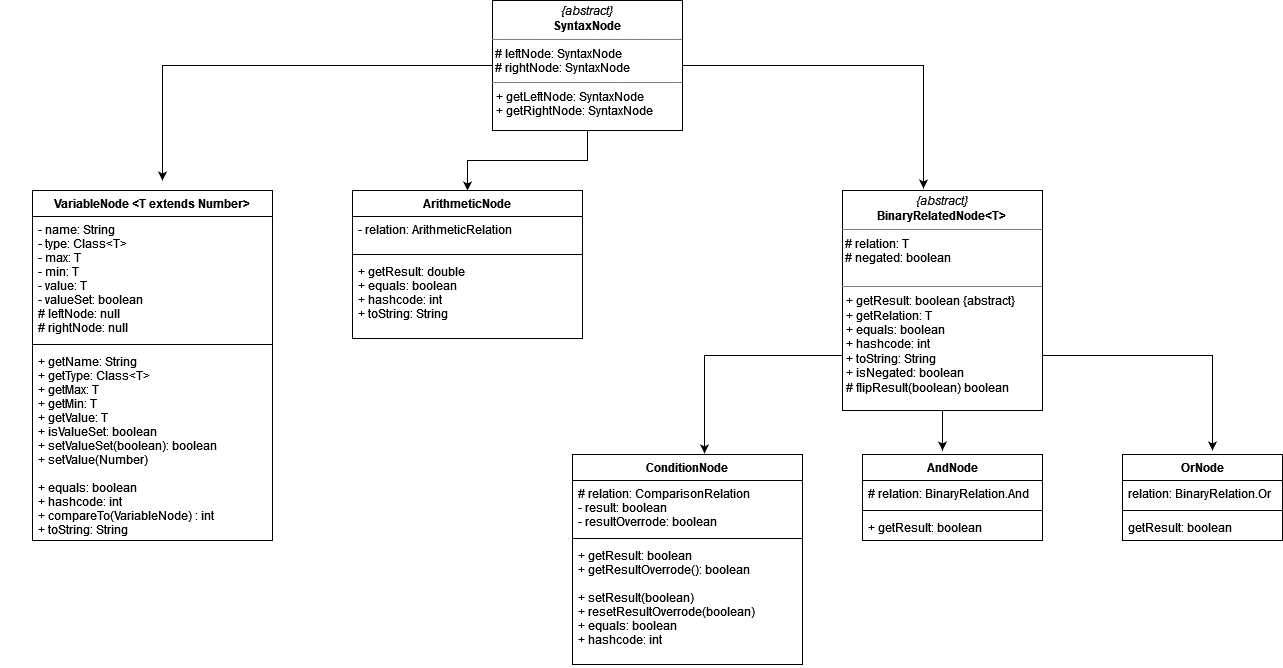
The draw.io diagram testing_assignment.drawio.png in Hayley-Kwok/com3529-assignment, before a commit. Source tidied: cells renumbered, new cells last; positions are measured from the earlier drawing's top-left corner, leaving out a move shared by most shapes. Its diagram source:
```xml
<mxGraphModel>
  <root>
    <mxCell id="0" />
    <mxCell id="1" parent="0" />
    <mxCell id="2" style="edgeStyle=orthogonalEdgeStyle;rounded=0;orthogonalLoop=1;jettySize=auto;html=1;exitX=0.5;exitY=1;exitDx=0;exitDy=0;" parent="1" edge="1">
      <mxGeometry relative="1" as="geometry">
        <mxPoint y="390" as="sourcePoint" />
        <mxPoint y="390" as="targetPoint" />
      </mxGeometry>
    </mxCell>
    <mxCell id="3" style="edgeStyle=orthogonalEdgeStyle;rounded=0;jettySize=auto;html=1;exitX=0.5;exitY=1;exitDx=0;exitDy=0;" parent="1" edge="1" source="6" target="27">
      <mxGeometry relative="1" as="geometry" />
    </mxCell>
    <mxCell id="4" style="edgeStyle=orthogonalEdgeStyle;rounded=0;jettySize=auto;html=1;entryX=0.405;entryY=-0.009;entryDx=0;entryDy=0;entryPerimeter=0;" parent="1" edge="1" source="6" target="10">
      <mxGeometry relative="1" as="geometry" />
    </mxCell>
    <mxCell id="5" style="edgeStyle=orthogonalEdgeStyle;rounded=0;jettySize=auto;html=1;" parent="1" edge="1" source="6">
      <mxGeometry relative="1" as="geometry">
        <mxPoint x="155" y="180" as="targetPoint" />
      </mxGeometry>
    </mxCell>
    <mxCell id="6" value="&lt;p style=&quot;margin: 0px ; margin-top: 4px ; text-align: center&quot;&gt;&lt;i&gt;{abstract}&lt;/i&gt;&lt;br&gt;&lt;b&gt;SyntaxNode&lt;br&gt;&lt;/b&gt;&lt;/p&gt;&lt;hr size=&quot;1&quot;&gt;&lt;div&gt;&amp;nbsp;# leftNode: SyntaxNode&lt;/div&gt;&lt;div&gt;&amp;nbsp;# rightNode: SyntaxNode&lt;br&gt;&lt;/div&gt;&lt;hr size=&quot;1&quot;&gt;&lt;p style=&quot;margin: 0px ; margin-left: 4px&quot;&gt;+ getLeftNode: SyntaxNode&lt;/p&gt;&lt;p style=&quot;margin: 0px ; margin-left: 4px&quot;&gt;+ getRightNode: SyntaxNode&lt;br&gt;&lt;/p&gt;" style="verticalAlign=top;align=left;overflow=fill;fontSize=12;fontFamily=Helvetica;html=1;" parent="1" vertex="1">
      <mxGeometry x="485" width="190" height="130" as="geometry" />
    </mxCell>
    <mxCell id="7" style="edgeStyle=orthogonalEdgeStyle;rounded=0;jettySize=auto;html=1;exitX=0.5;exitY=1;exitDx=0;exitDy=0;" parent="1" edge="1" source="10">
      <mxGeometry relative="1" as="geometry">
        <mxPoint x="935" y="450" as="targetPoint" />
      </mxGeometry>
    </mxCell>
    <mxCell id="8" style="edgeStyle=orthogonalEdgeStyle;rounded=0;jettySize=auto;html=1;exitX=0;exitY=0.75;exitDx=0;exitDy=0;entryX=0.574;entryY=-0.005;entryDx=0;entryDy=0;entryPerimeter=0;" parent="1" edge="1" source="10" target="19">
      <mxGeometry relative="1" as="geometry" />
    </mxCell>
    <mxCell id="9" style="edgeStyle=orthogonalEdgeStyle;rounded=0;jettySize=auto;html=1;exitX=1;exitY=0.75;exitDx=0;exitDy=0;" parent="1" edge="1" source="10">
      <mxGeometry relative="1" as="geometry">
        <mxPoint x="1205" y="450" as="targetPoint" />
      </mxGeometry>
    </mxCell>
    <mxCell id="10" value="&lt;p style=&quot;margin: 0px ; margin-top: 4px ; text-align: center&quot;&gt;&lt;i&gt;{abstract}&lt;/i&gt;&lt;br&gt;&lt;b&gt;BinaryRelatedNode&amp;lt;T&amp;gt;&lt;br&gt;&lt;/b&gt;&lt;/p&gt;&lt;hr size=&quot;1&quot;&gt;&lt;div&gt;&amp;nbsp;# relation: T&lt;/div&gt;&lt;div&gt;&amp;nbsp;# negated: boolean&lt;br&gt;&lt;/div&gt;&lt;div&gt;&amp;nbsp;&lt;/div&gt;&lt;hr size=&quot;1&quot;&gt;&lt;p style=&quot;margin: 0px ; margin-left: 4px&quot;&gt;+ getResult: boolean {abstract} &lt;/p&gt;&lt;p style=&quot;margin: 0px ; margin-left: 4px&quot;&gt;+ getRelation: T&lt;br&gt;&lt;/p&gt;&lt;p style=&quot;margin: 0px ; margin-left: 4px&quot;&gt;+ equals: boolean&lt;/p&gt;&lt;p style=&quot;margin: 0px ; margin-left: 4px&quot;&gt;+ hashcode: int&lt;br&gt;&lt;/p&gt;&lt;p style=&quot;margin: 0px ; margin-left: 4px&quot;&gt;+ toString: String&lt;/p&gt;&lt;p style=&quot;margin: 0px ; margin-left: 4px&quot;&gt;+ isNegated: boolean&lt;br&gt;&lt;/p&gt;&lt;p style=&quot;margin: 0px ; margin-left: 4px&quot;&gt;# flipResult(boolean) boolean&lt;br&gt;&lt;/p&gt;" style="verticalAlign=top;align=left;overflow=fill;fontSize=12;fontFamily=Helvetica;html=1;" parent="1" vertex="1">
      <mxGeometry x="835" y="190" width="200" height="220" as="geometry" />
    </mxCell>
    <mxCell id="11" value="AndNode" style="swimlane;fontStyle=1;align=center;verticalAlign=top;horizontal=1;startSize=26;" parent="1" vertex="1">
      <mxGeometry x="855" y="454" width="180" height="86" as="geometry" />
    </mxCell>
    <mxCell id="12" value="# relation: BinaryRelation.And " style="text;strokeColor=none;fillColor=none;align=left;verticalAlign=top;spacingLeft=4;spacingRight=4;overflow=hidden;" parent="11" vertex="1">
      <mxGeometry y="26" width="180" height="26" as="geometry" />
    </mxCell>
    <mxCell id="13" style="line;strokeWidth=1;fillColor=none;align=left;verticalAlign=middle;spacingTop=-1;spacingLeft=3;spacingRight=3;labelPosition=right;" parent="11" vertex="1">
      <mxGeometry y="52" width="180" height="8" as="geometry" />
    </mxCell>
    <mxCell id="14" value="+ getResult: boolean" style="text;strokeColor=none;fillColor=none;align=left;verticalAlign=top;spacingLeft=4;spacingRight=4;overflow=hidden;" parent="11" vertex="1">
      <mxGeometry y="60" width="180" height="26" as="geometry" />
    </mxCell>
    <mxCell id="15" value="OrNode" style="swimlane;fontStyle=1;align=center;verticalAlign=top;horizontal=1;startSize=26;" parent="1" vertex="1">
      <mxGeometry x="1115" y="454" width="160" height="86" as="geometry" />
    </mxCell>
    <mxCell id="16" value="relation: BinaryRelation.Or " style="text;strokeColor=none;fillColor=none;align=left;verticalAlign=top;spacingLeft=4;spacingRight=4;overflow=hidden;" parent="15" vertex="1">
      <mxGeometry y="26" width="160" height="26" as="geometry" />
    </mxCell>
    <mxCell id="17" style="line;strokeWidth=1;fillColor=none;align=left;verticalAlign=middle;spacingTop=-1;spacingLeft=3;spacingRight=3;labelPosition=right;" parent="15" vertex="1">
      <mxGeometry y="52" width="160" height="8" as="geometry" />
    </mxCell>
    <mxCell id="18" value="getResult: boolean" style="text;strokeColor=none;fillColor=none;align=left;verticalAlign=top;spacingLeft=4;spacingRight=4;overflow=hidden;" parent="15" vertex="1">
      <mxGeometry y="60" width="160" height="26" as="geometry" />
    </mxCell>
    <mxCell id="19" value="ConditionNode" style="swimlane;fontStyle=1;align=center;verticalAlign=top;horizontal=1;startSize=26;" parent="1" vertex="1">
      <mxGeometry x="565" y="454" width="230" height="210" as="geometry" />
    </mxCell>
    <mxCell id="20" value="# relation: ComparisonRelation &#10;- result: boolean &#10;- resultOverrode: boolean" style="text;strokeColor=none;fillColor=none;align=left;verticalAlign=top;spacingLeft=4;spacingRight=4;overflow=hidden;" parent="19" vertex="1">
      <mxGeometry y="26" width="230" height="54" as="geometry" />
    </mxCell>
    <mxCell id="21" style="line;strokeWidth=1;fillColor=none;align=left;verticalAlign=middle;spacingTop=-1;spacingLeft=3;spacingRight=3;labelPosition=right;" parent="19" vertex="1">
      <mxGeometry y="80" width="230" height="8" as="geometry" />
    </mxCell>
    <mxCell id="22" value="+ getResult: boolean&#10;+ getResultOverrode(): boolean&#10;&#10;+ setResult(boolean)&#10;+ resetResultOverrode(boolean)&#10;+ equals: boolean&#10;+ hashcode: int&#10;" style="text;strokeColor=none;fillColor=none;align=left;verticalAlign=top;spacingLeft=4;spacingRight=4;overflow=hidden;" parent="19" vertex="1">
      <mxGeometry y="88" width="230" height="122" as="geometry" />
    </mxCell>
    <mxCell id="23" value="VariableNode &lt;T extends Number&gt;" style="swimlane;fontStyle=1;align=center;verticalAlign=top;horizontal=1;startSize=26;" parent="1" vertex="1">
      <mxGeometry x="25" y="190" width="240" height="350" as="geometry" />
    </mxCell>
    <mxCell id="24" value="- name: String&#10;- type: Class&lt;T&gt;&#10;- max: T&#10;- min: T&#10;- value: T&#10;- valueSet: boolean&#10;# leftNode: null &#10;# rightNode: null" style="text;strokeColor=none;fillColor=none;align=left;verticalAlign=top;spacingLeft=4;spacingRight=4;overflow=hidden;" parent="23" vertex="1">
      <mxGeometry y="26" width="240" height="124" as="geometry" />
    </mxCell>
    <mxCell id="25" style="line;strokeWidth=1;fillColor=none;align=left;verticalAlign=middle;spacingTop=-1;spacingLeft=3;spacingRight=3;labelPosition=right;" parent="23" vertex="1">
      <mxGeometry y="150" width="240" height="8" as="geometry" />
    </mxCell>
    <mxCell id="26" value="+ getName: String&#10;+ getType: Class&lt;T&gt;&#10;+ getMax: T&#10;+ getMin: T&#10;+ getValue: T&#10;+ isValueSet: boolean&#10;+ setValueSet(boolean): boolean&#10;+ setValue(Number)&#10;&#10;+ equals: boolean&#10;+ hashcode: int&#10;+ compareTo(VariableNode) : int&#10;+ toString: String&#10;" style="text;strokeColor=none;fillColor=none;align=left;verticalAlign=top;spacingLeft=4;spacingRight=4;overflow=hidden;" parent="23" vertex="1">
      <mxGeometry y="158" width="240" height="192" as="geometry" />
    </mxCell>
    <mxCell id="27" value="ArithmeticNode" style="swimlane;fontStyle=1;align=center;verticalAlign=top;horizontal=1;startSize=26;" parent="1" vertex="1">
      <mxGeometry x="345" y="190" width="230" height="148" as="geometry" />
    </mxCell>
    <mxCell id="28" value="- relation: ArithmeticRelation" style="text;strokeColor=none;fillColor=none;align=left;verticalAlign=top;spacingLeft=4;spacingRight=4;overflow=hidden;" parent="27" vertex="1">
      <mxGeometry y="26" width="230" height="34" as="geometry" />
    </mxCell>
    <mxCell id="29" style="line;strokeWidth=1;fillColor=none;align=left;verticalAlign=middle;spacingTop=-1;spacingLeft=3;spacingRight=3;labelPosition=right;" parent="27" vertex="1">
      <mxGeometry y="60" width="230" height="8" as="geometry" />
    </mxCell>
    <mxCell id="30" value="+ getResult: double&#10;+ equals: boolean&#10;+ hashcode: int&#10;+ toString: String" style="text;strokeColor=none;fillColor=none;align=left;verticalAlign=top;spacingLeft=4;spacingRight=4;overflow=hidden;" parent="27" vertex="1">
      <mxGeometry y="68" width="230" height="80" as="geometry" />
    </mxCell>
  </root>
</mxGraphModel>
```
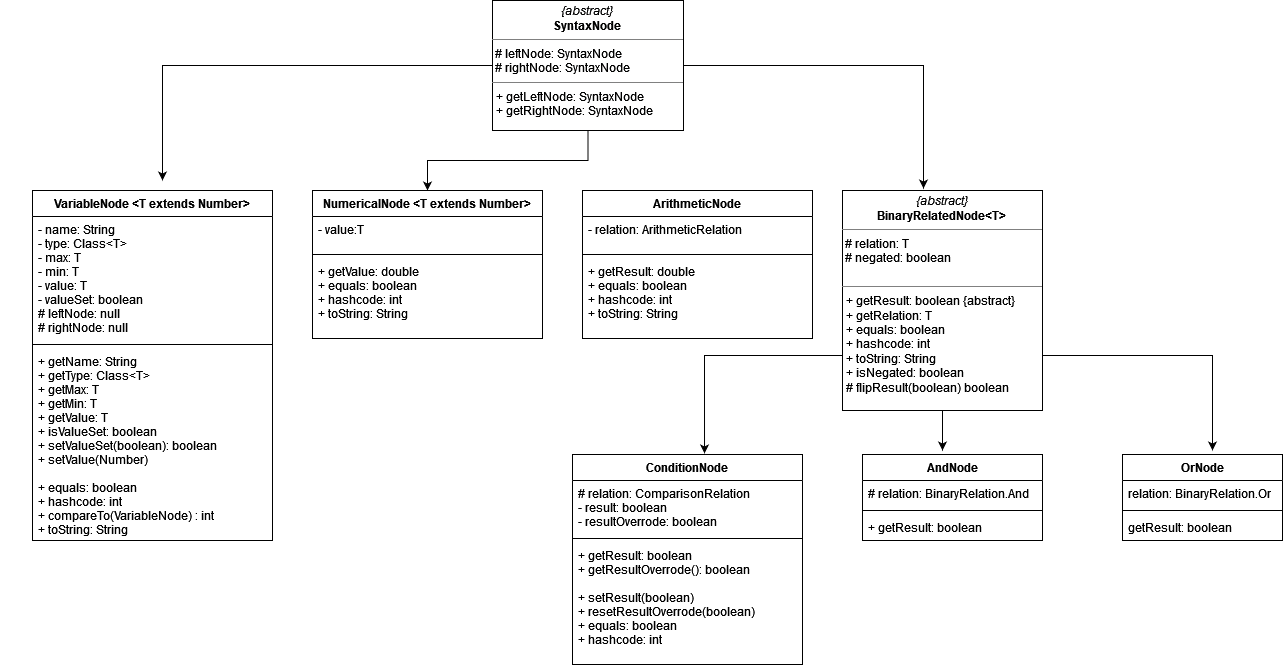
After the change.

The edit, as a diff of the source:
```diff
@@ -20,7 +20,7 @@
       </mxGeometry>
     </mxCell>
     <mxCell id="6" value="&lt;p style=&quot;margin: 0px ; margin-top: 4px ; text-align: center&quot;&gt;&lt;i&gt;{abstract}&lt;/i&gt;&lt;br&gt;&lt;b&gt;SyntaxNode&lt;br&gt;&lt;/b&gt;&lt;/p&gt;&lt;hr size=&quot;1&quot;&gt;&lt;div&gt;&amp;nbsp;# leftNode: SyntaxNode&lt;/div&gt;&lt;div&gt;&amp;nbsp;# rightNode: SyntaxNode&lt;br&gt;&lt;/div&gt;&lt;hr size=&quot;1&quot;&gt;&lt;p style=&quot;margin: 0px ; margin-left: 4px&quot;&gt;+ getLeftNode: SyntaxNode&lt;/p&gt;&lt;p style=&quot;margin: 0px ; margin-left: 4px&quot;&gt;+ getRightNode: SyntaxNode&lt;br&gt;&lt;/p&gt;" style="verticalAlign=top;align=left;overflow=fill;fontSize=12;fontFamily=Helvetica;html=1;" parent="1" vertex="1">
-      <mxGeometry x="485" width="190" height="130" as="geometry" />
+      <mxGeometry x="485" width="191" height="130" as="geometry" />
     </mxCell>
     <mxCell id="7" style="edgeStyle=orthogonalEdgeStyle;rounded=0;jettySize=auto;html=1;exitX=0.5;exitY=1;exitDx=0;exitDy=0;" parent="1" edge="1" source="10">
       <mxGeometry relative="1" as="geometry">
@@ -86,17 +86,29 @@
     <mxCell id="26" value="+ getName: String&#10;+ getType: Class&lt;T&gt;&#10;+ getMax: T&#10;+ getMin: T&#10;+ getValue: T&#10;+ isValueSet: boolean&#10;+ setValueSet(boolean): boolean&#10;+ setValue(Number)&#10;&#10;+ equals: boolean&#10;+ hashcode: int&#10;+ compareTo(VariableNode) : int&#10;+ toString: String&#10;" style="text;strokeColor=none;fillColor=none;align=left;verticalAlign=top;spacingLeft=4;spacingRight=4;overflow=hidden;" parent="23" vertex="1">
       <mxGeometry y="158" width="240" height="192" as="geometry" />
     </mxCell>
-    <mxCell id="27" value="ArithmeticNode" style="swimlane;fontStyle=1;align=center;verticalAlign=top;horizontal=1;startSize=26;" parent="1" vertex="1">
-      <mxGeometry x="345" y="190" width="230" height="148" as="geometry" />
+    <mxCell id="27" value="NumericalNode &lt;T extends Number&gt;" style="swimlane;fontStyle=1;align=center;verticalAlign=top;horizontal=1;startSize=26;" parent="1" vertex="1">
+      <mxGeometry x="305" y="190" width="230" height="148" as="geometry" />
     </mxCell>
-    <mxCell id="28" value="- relation: ArithmeticRelation" style="text;strokeColor=none;fillColor=none;align=left;verticalAlign=top;spacingLeft=4;spacingRight=4;overflow=hidden;" parent="27" vertex="1">
+    <mxCell id="28" value="- value:T" style="text;strokeColor=none;fillColor=none;align=left;verticalAlign=top;spacingLeft=4;spacingRight=4;overflow=hidden;" parent="27" vertex="1">
       <mxGeometry y="26" width="230" height="34" as="geometry" />
     </mxCell>
     <mxCell id="29" style="line;strokeWidth=1;fillColor=none;align=left;verticalAlign=middle;spacingTop=-1;spacingLeft=3;spacingRight=3;labelPosition=right;" parent="27" vertex="1">
       <mxGeometry y="60" width="230" height="8" as="geometry" />
     </mxCell>
-    <mxCell id="30" value="+ getResult: double&#10;+ equals: boolean&#10;+ hashcode: int&#10;+ toString: String" style="text;strokeColor=none;fillColor=none;align=left;verticalAlign=top;spacingLeft=4;spacingRight=4;overflow=hidden;" parent="27" vertex="1">
+    <mxCell id="30" value="+ getValue: double&#10;+ equals: boolean&#10;+ hashcode: int&#10;+ toString: String" style="text;strokeColor=none;fillColor=none;align=left;verticalAlign=top;spacingLeft=4;spacingRight=4;overflow=hidden;" parent="27" vertex="1">
       <mxGeometry y="68" width="230" height="80" as="geometry" />
     </mxCell>
+    <mxCell id="31" value="ArithmeticNode" style="swimlane;fontStyle=1;align=center;verticalAlign=top;horizontal=1;startSize=26;" parent="1" vertex="1">
+      <mxGeometry x="575" y="190" width="230" height="148" as="geometry" />
+    </mxCell>
+    <mxCell id="32" value="- relation: ArithmeticRelation" style="text;strokeColor=none;fillColor=none;align=left;verticalAlign=top;spacingLeft=4;spacingRight=4;overflow=hidden;" parent="31" vertex="1">
+      <mxGeometry y="26" width="230" height="34" as="geometry" />
+    </mxCell>
+    <mxCell id="33" style="line;strokeWidth=1;fillColor=none;align=left;verticalAlign=middle;spacingTop=-1;spacingLeft=3;spacingRight=3;labelPosition=right;" parent="31" vertex="1">
+      <mxGeometry y="60" width="230" height="8" as="geometry" />
+    </mxCell>
+    <mxCell id="34" value="+ getResult: double&#10;+ equals: boolean&#10;+ hashcode: int&#10;+ toString: String" style="text;strokeColor=none;fillColor=none;align=left;verticalAlign=top;spacingLeft=4;spacingRight=4;overflow=hidden;" parent="31" vertex="1">
+      <mxGeometry y="68" width="230" height="80" as="geometry" />
+    </mxCell>
   </root>
 </mxGraphModel>
```
